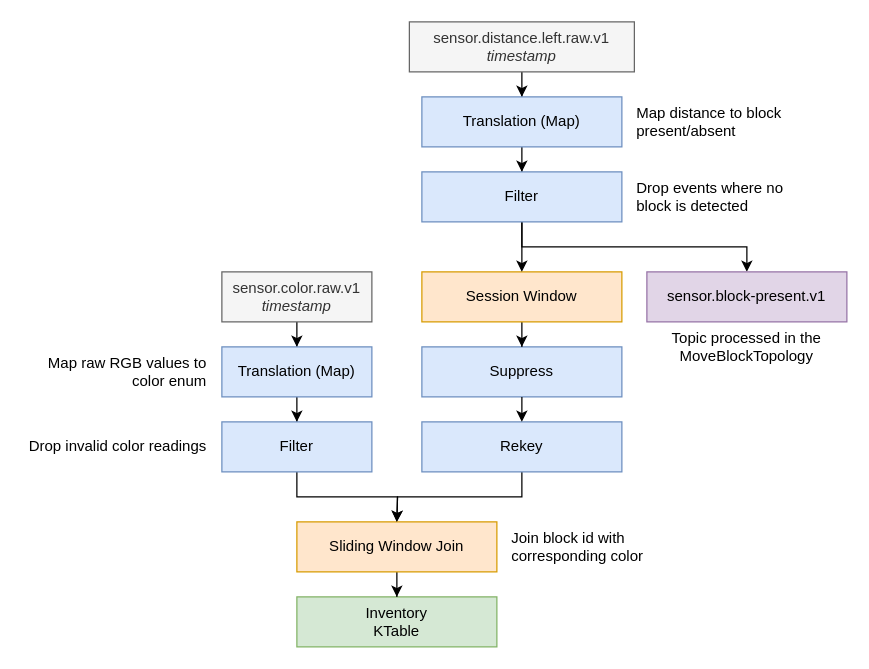
Before: page "BlockColorTopology" (1 of 6) of doc/images/graphs/kafka-streaming-topology.drawio in ielpo/edpo-project-group1, a draw.io diagram. Source tidied: cells renumbered, new cells numbered last; positions are measured from the earlier drawing's top-left corner, leaving out a move shared by most shapes. Both pictures are drawn from the tidied source at 125%, with x=0, y=0 at pixel (21, 21).
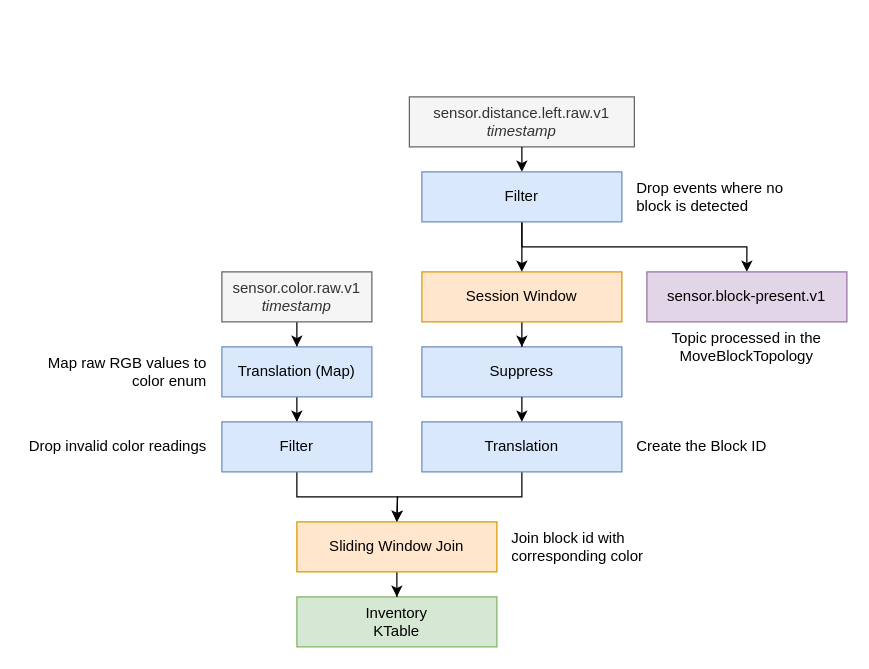
The same page after the edit.

Commit message (it also covers changes not shown here):
Update color topology

Unchanged cells that the change refers to:
```xml
<mxCell id="20" value="Filter" style="whiteSpace=wrap;html=1;fillColor=#dae8fc;strokeColor=#6c8ebf;" parent="1" vertex="1">
  <mxGeometry x="320" y="120" width="160" height="40" as="geometry" />
</mxCell>
```

Change to the diagram source:
```diff
@@
-    <mxCell id="2" style="edgeStyle=orthogonalEdgeStyle;rounded=0;jettySize=auto;html=1;entryX=0.5;entryY=0;entryDx=0;entryDy=0;" parent="1" edge="1" source="3" target="15">
-      <mxGeometry relative="1" as="geometry" />
-    </mxCell>
     <mxCell id="3" value="sensor.distance.left.raw.v1&lt;br&gt;&lt;i&gt;timestamp&lt;/i&gt;" style="whiteSpace=wrap;html=1;fillColor=#f5f5f5;fontColor=#333333;strokeColor=#666666;" parent="1" vertex="1">
-      <mxGeometry x="310" width="180" height="40" as="geometry" />
+      <mxGeometry x="310" y="60" width="180" height="40" as="geometry" />
     </mxCell>
@@
-    <mxCell id="14" style="edgeStyle=orthogonalEdgeStyle;rounded=0;jettySize=auto;html=1;entryX=0.5;entryY=0;entryDx=0;entryDy=0;" parent="1" edge="1" source="15" target="20">
+    <mxCell id="14" style="edgeStyle=orthogonalEdgeStyle;rounded=0;jettySize=auto;html=1;entryX=0.5;entryY=0;entryDx=0;entryDy=0;exitX=0.5;exitY=1;exitDx=0;exitDy=0;" parent="1" edge="1" source="3" target="20">
       <mxGeometry relative="1" as="geometry" />
     </mxCell>
-    <mxCell id="15" value="Translation (Map)" style="whiteSpace=wrap;html=1;fillColor=#dae8fc;strokeColor=#6c8ebf;" parent="1" vertex="1">
-      <mxGeometry x="320" y="60" width="160" height="40" as="geometry" />
-    </mxCell>
@@
-    <mxCell id="22" value="Rekey" style="whiteSpace=wrap;html=1;fillColor=#dae8fc;strokeColor=#6c8ebf;" parent="1" vertex="1">
+    <mxCell id="22" value="Translation" style="whiteSpace=wrap;html=1;fillColor=#dae8fc;strokeColor=#6c8ebf;" parent="1" vertex="1">
       <mxGeometry x="320" y="320" width="160" height="40" as="geometry" />
     </mxCell>
@@
-    <mxCell id="27" value="Map distance to block present/absent" style="text;html=1;whiteSpace=wrap;strokeColor=none;fillColor=none;align=left;verticalAlign=middle;rounded=0;" parent="1" vertex="1">
-      <mxGeometry x="490" y="60" width="150" height="40" as="geometry" />
-    </mxCell>
@@
+    <mxCell id="31" value="Create the Block ID" style="text;html=1;whiteSpace=wrap;strokeColor=none;fillColor=none;align=left;verticalAlign=middle;rounded=0;" parent="1" vertex="1">
+      <mxGeometry x="490" y="320" width="150" height="40" as="geometry" />
+    </mxCell>
```
